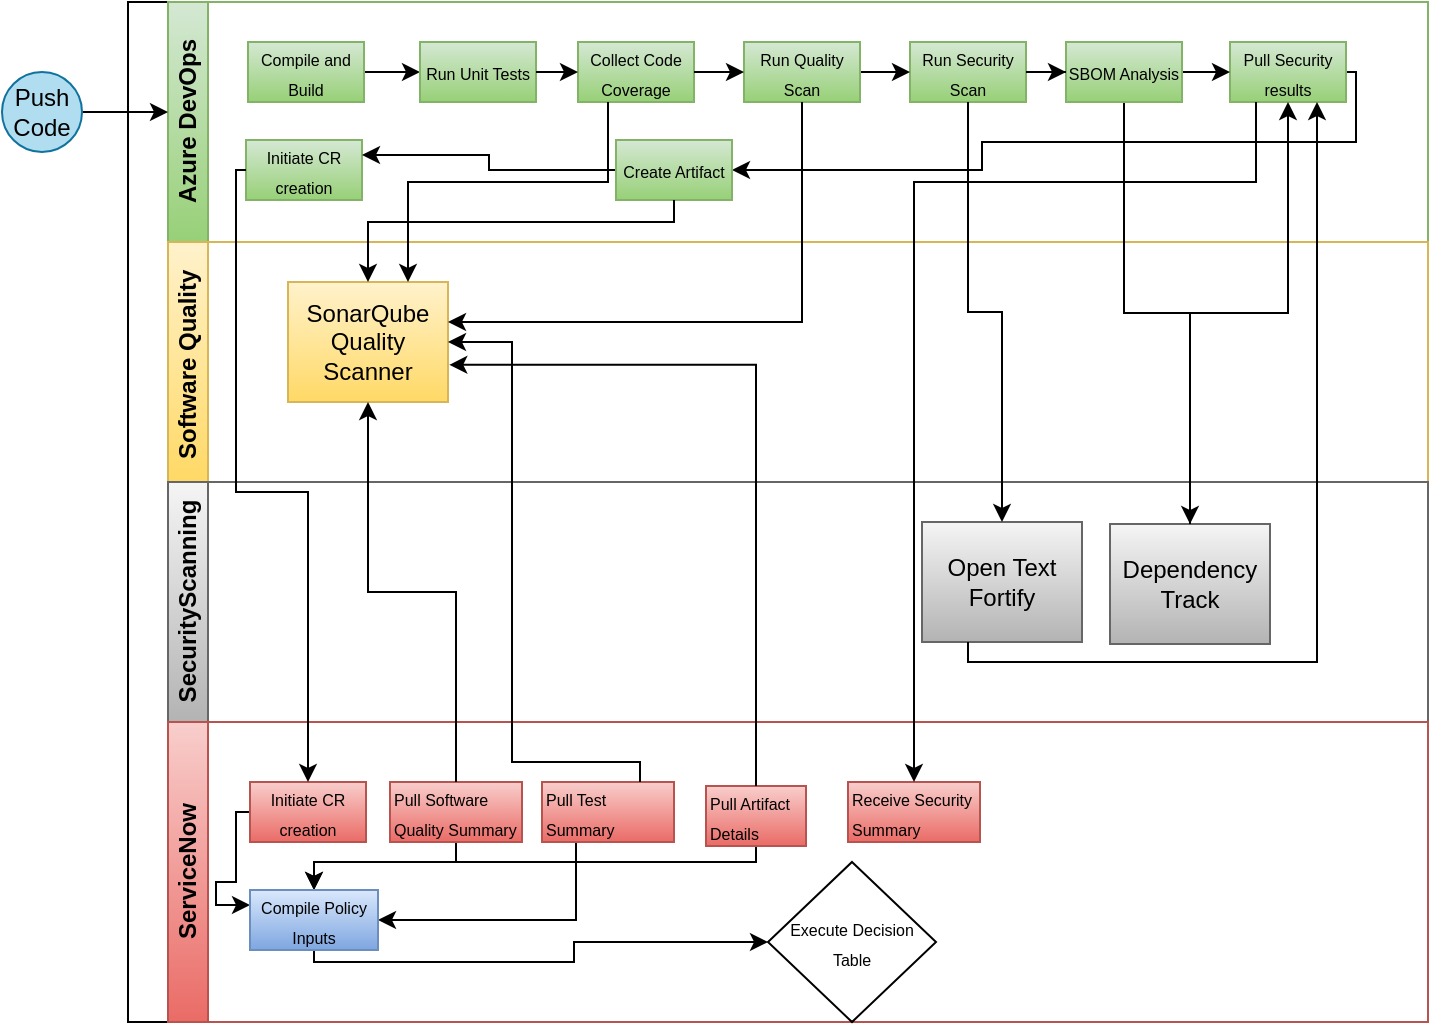
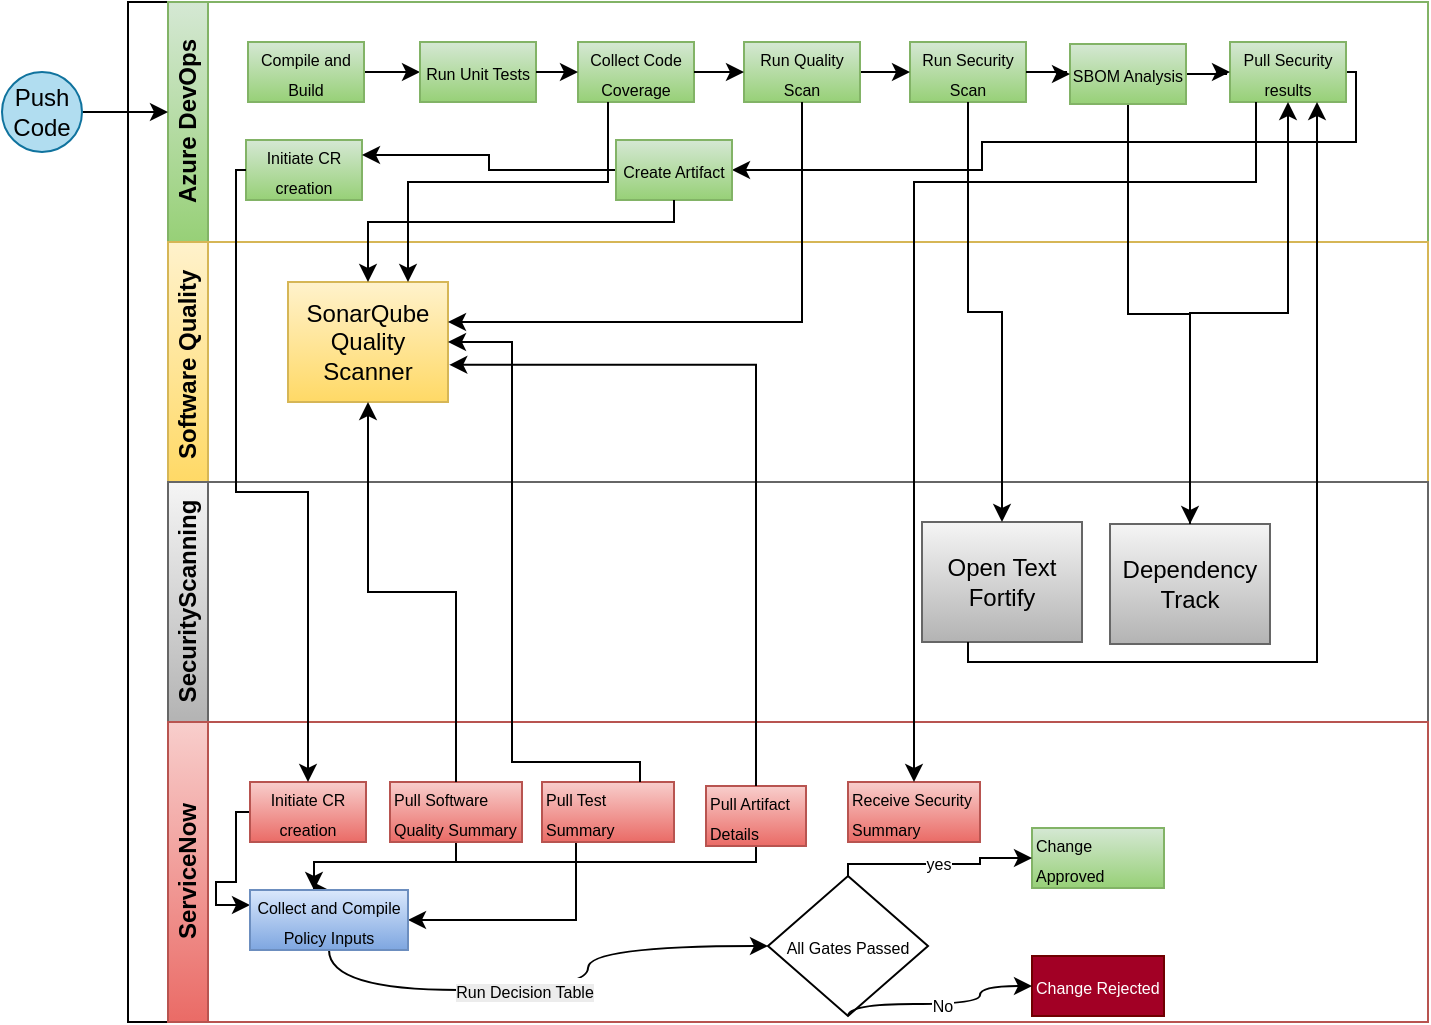
<mxfile host="app.diagrams.net">
  <diagram id="prtHgNgQTEPvFCAcTncT" name="Page-1">
-     <mxGraphModel dx="511" dy="282" grid="1" gridSize="10" guides="1" tooltips="1" connect="1" arrows="1" fold="1" page="1" pageScale="1" pageWidth="827" pageHeight="1169" math="0" shadow="0">
+     <mxGraphModel dx="631" dy="282" grid="1" gridSize="10" guides="1" tooltips="1" connect="1" arrows="1" fold="1" page="1" pageScale="1" pageWidth="827" pageHeight="1169" math="0" shadow="0">
      <root>
        <mxCell id="0" />
        <mxCell id="1" parent="0" />
        <mxCell id="dNxyNK7c78bLwvsdeMH5-19" parent="1" style="swimlane;html=1;childLayout=stackLayout;resizeParent=1;resizeParentMax=0;horizontal=0;startSize=20;horizontalStack=0;overflow=fill;" value="" vertex="1">
-           <mxGeometry height="510" width="650" x="66" y="120" as="geometry">
+           <mxGeometry height="510" width="650" x="66" y="119" as="geometry">
            <mxRectangle height="50" width="40" x="120" y="120" as="alternateBounds" />
          </mxGeometry>
        </mxCell>
        <mxCell id="dNxyNK7c78bLwvsdeMH5-20" parent="dNxyNK7c78bLwvsdeMH5-19" style="swimlane;html=1;startSize=20;horizontal=0;fillColor=#d5e8d4;gradientColor=#97d077;strokeColor=#82b366;" value="Azure DevOps" vertex="1">
          <mxGeometry height="120" width="630" x="20" as="geometry" />
        </mxCell>
        <mxCell id="WelD7rZPP2jmH1qSRasH-19" edge="1" parent="dNxyNK7c78bLwvsdeMH5-20" source="dNxyNK7c78bLwvsdeMH5-23" style="edgeStyle=orthogonalEdgeStyle;rounded=0;orthogonalLoop=1;jettySize=auto;html=1;entryX=0;entryY=0.25;entryDx=0;entryDy=0;">
          <mxGeometry relative="1" as="geometry">
            <mxPoint y="55" as="targetPoint" />
          </mxGeometry>
        </mxCell>
        <mxCell id="dNxyNK7c78bLwvsdeMH5-23" parent="dNxyNK7c78bLwvsdeMH5-20" style="ellipse;whiteSpace=wrap;html=1;fillColor=#b1ddf0;strokeColor=#10739e;" value="Push Code" vertex="1">
          <mxGeometry height="40" width="40" x="-83" y="35" as="geometry" />
        </mxCell>
        <mxCell id="WelD7rZPP2jmH1qSRasH-2" edge="1" parent="dNxyNK7c78bLwvsdeMH5-20" source="dNxyNK7c78bLwvsdeMH5-24" style="edgeStyle=orthogonalEdgeStyle;rounded=0;orthogonalLoop=1;jettySize=auto;html=1;" target="WelD7rZPP2jmH1qSRasH-1" value="">
          <mxGeometry relative="1" as="geometry" />
        </mxCell>
        <mxCell id="dNxyNK7c78bLwvsdeMH5-24" parent="dNxyNK7c78bLwvsdeMH5-20" style="rounded=0;whiteSpace=wrap;html=1;fontFamily=Helvetica;fontSize=12;align=center;fillColor=#d5e8d4;gradientColor=#97d077;strokeColor=#82b366;" value="&lt;font style=&quot;font-size: 8px;&quot;&gt;Compile and Build&lt;/font&gt;" vertex="1">
          <mxGeometry height="30" width="58" x="40" y="20" as="geometry" />
        </mxCell>
        <mxCell id="dNxyNK7c78bLwvsdeMH5-33" edge="1" parent="dNxyNK7c78bLwvsdeMH5-20" style="edgeStyle=orthogonalEdgeStyle;rounded=0;orthogonalLoop=1;jettySize=auto;html=1;endArrow=classic;endFill=1;" target="dNxyNK7c78bLwvsdeMH5-32" value="">
          <mxGeometry relative="1" as="geometry">
            <mxPoint x="461" y="60" as="sourcePoint" />
          </mxGeometry>
        </mxCell>
        <mxCell id="WelD7rZPP2jmH1qSRasH-1" parent="dNxyNK7c78bLwvsdeMH5-20" style="rounded=0;whiteSpace=wrap;html=1;fontFamily=Helvetica;fontSize=12;align=center;fillColor=#d5e8d4;gradientColor=#97d077;strokeColor=#82b366;" value="&lt;font style=&quot;font-size: 8px;&quot;&gt;Run Unit Tests&lt;/font&gt;" vertex="1">
          <mxGeometry height="30" width="58" x="126" y="20" as="geometry" />
        </mxCell>
        <mxCell id="WelD7rZPP2jmH1qSRasH-3" parent="dNxyNK7c78bLwvsdeMH5-20" style="rounded=0;whiteSpace=wrap;html=1;fontFamily=Helvetica;fontSize=12;align=center;fillColor=#d5e8d4;gradientColor=#97d077;strokeColor=#82b366;" value="&lt;font style=&quot;font-size: 8px;&quot;&gt;Run Security Scan&lt;/font&gt;" vertex="1">
          <mxGeometry height="30" width="58" x="371" y="20" as="geometry" />
        </mxCell>
        <mxCell id="WelD7rZPP2jmH1qSRasH-6" edge="1" parent="dNxyNK7c78bLwvsdeMH5-20" source="WelD7rZPP2jmH1qSRasH-4" style="edgeStyle=orthogonalEdgeStyle;rounded=0;orthogonalLoop=1;jettySize=auto;html=1;" target="WelD7rZPP2jmH1qSRasH-3" value="">
          <mxGeometry relative="1" as="geometry" />
        </mxCell>
        <mxCell id="WelD7rZPP2jmH1qSRasH-4" parent="dNxyNK7c78bLwvsdeMH5-20" style="rounded=0;whiteSpace=wrap;html=1;fontFamily=Helvetica;fontSize=12;align=center;fillColor=#d5e8d4;strokeColor=#82b366;gradientColor=#97d077;" value="&lt;font style=&quot;font-size: 8px;&quot;&gt;Run Quality Scan&lt;/font&gt;" vertex="1">
          <mxGeometry height="30" width="58" x="288" y="20" as="geometry" />
        </mxCell>
        <mxCell id="WelD7rZPP2jmH1qSRasH-10" parent="dNxyNK7c78bLwvsdeMH5-20" style="rounded=0;whiteSpace=wrap;html=1;fontFamily=Helvetica;fontSize=12;align=center;fillColor=#d5e8d4;strokeColor=#82b366;gradientColor=#97d077;" value="&lt;font style=&quot;font-size: 8px;&quot;&gt;Collect Code Coverage&lt;/font&gt;" vertex="1">
          <mxGeometry height="30" width="58" x="205" y="20" as="geometry" />
        </mxCell>
        <mxCell id="WelD7rZPP2jmH1qSRasH-12" edge="1" parent="dNxyNK7c78bLwvsdeMH5-20" source="WelD7rZPP2jmH1qSRasH-10" style="edgeStyle=orthogonalEdgeStyle;rounded=0;orthogonalLoop=1;jettySize=auto;html=1;" target="WelD7rZPP2jmH1qSRasH-4" value="">
          <mxGeometry relative="1" as="geometry" />
        </mxCell>
        <mxCell id="WelD7rZPP2jmH1qSRasH-13" edge="1" parent="dNxyNK7c78bLwvsdeMH5-20" source="WelD7rZPP2jmH1qSRasH-1" style="edgeStyle=orthogonalEdgeStyle;rounded=0;orthogonalLoop=1;jettySize=auto;html=1;" target="WelD7rZPP2jmH1qSRasH-10" value="">
          <mxGeometry relative="1" as="geometry" />
        </mxCell>
        <mxCell id="WelD7rZPP2jmH1qSRasH-62" edge="1" parent="dNxyNK7c78bLwvsdeMH5-20" source="WelD7rZPP2jmH1qSRasH-30" style="edgeStyle=orthogonalEdgeStyle;rounded=0;orthogonalLoop=1;jettySize=auto;html=1;entryX=1;entryY=0.5;entryDx=0;entryDy=0;" target="WelD7rZPP2jmH1qSRasH-61">
          <mxGeometry relative="1" as="geometry">
            <Array as="points">
              <mxPoint x="594" y="35" />
              <mxPoint x="594" y="70" />
              <mxPoint x="407" y="70" />
              <mxPoint x="407" y="84" />
            </Array>
          </mxGeometry>
        </mxCell>
        <mxCell id="WelD7rZPP2jmH1qSRasH-30" parent="dNxyNK7c78bLwvsdeMH5-20" style="rounded=0;whiteSpace=wrap;html=1;fontFamily=Helvetica;fontSize=12;align=center;fillColor=#d5e8d4;gradientColor=#97d077;strokeColor=#82b366;" value="&lt;font style=&quot;font-size: 8px;&quot;&gt;Pull Security results&lt;/font&gt;" vertex="1">
          <mxGeometry height="30" width="58" x="531" y="20" as="geometry" />
        </mxCell>
        <mxCell id="WelD7rZPP2jmH1qSRasH-47" parent="dNxyNK7c78bLwvsdeMH5-20" style="rounded=0;whiteSpace=wrap;html=1;fontFamily=Helvetica;fontSize=12;align=center;fillColor=#d5e8d4;gradientColor=#97d077;strokeColor=#82b366;" value="&lt;font style=&quot;font-size: 8px;&quot;&gt;Initiate CR creation&lt;/font&gt;" vertex="1">
          <mxGeometry height="30" width="58" x="39" y="69" as="geometry" />
        </mxCell>
        <mxCell id="WelD7rZPP2jmH1qSRasH-63" edge="1" parent="dNxyNK7c78bLwvsdeMH5-20" source="WelD7rZPP2jmH1qSRasH-61" style="edgeStyle=orthogonalEdgeStyle;rounded=0;orthogonalLoop=1;jettySize=auto;html=1;entryX=1;entryY=0.25;entryDx=0;entryDy=0;" target="WelD7rZPP2jmH1qSRasH-47" value="">
          <mxGeometry relative="1" as="geometry">
            <mxPoint x="104" y="80" as="targetPoint" />
          </mxGeometry>
        </mxCell>
        <mxCell id="WelD7rZPP2jmH1qSRasH-61" parent="dNxyNK7c78bLwvsdeMH5-20" style="rounded=0;whiteSpace=wrap;html=1;fontFamily=Helvetica;fontSize=12;align=center;fillColor=#d5e8d4;gradientColor=#97d077;strokeColor=#82b366;" value="&lt;font style=&quot;font-size: 8px;&quot;&gt;Create Artifact&lt;/font&gt;" vertex="1">
          <mxGeometry height="30" width="58" x="224" y="69" as="geometry" />
        </mxCell>
        <mxCell id="dNxyNK7c78bLwvsdeMH5-21" parent="dNxyNK7c78bLwvsdeMH5-19" style="swimlane;html=1;startSize=20;horizontal=0;fillColor=#fff2cc;gradientColor=#ffd966;strokeColor=#d6b656;" value="Software Quality&amp;nbsp;" vertex="1">
          <mxGeometry height="120" width="630" x="20" y="120" as="geometry">
            <mxRectangle height="30" width="550" x="20" y="120" as="alternateBounds" />
          </mxGeometry>
        </mxCell>
        <mxCell id="dNxyNK7c78bLwvsdeMH5-26" parent="dNxyNK7c78bLwvsdeMH5-21" style="rounded=0;whiteSpace=wrap;html=1;fontFamily=Helvetica;fontSize=12;align=center;fillColor=#fff2cc;gradientColor=#ffd966;strokeColor=#d6b656;" value="SonarQube Quality Scanner" vertex="1">
          <mxGeometry height="60" width="80" x="60" y="20" as="geometry" />
        </mxCell>
        <mxCell id="dNxyNK7c78bLwvsdeMH5-22" parent="dNxyNK7c78bLwvsdeMH5-19" style="swimlane;html=1;startSize=20;horizontal=0;fillColor=#f5f5f5;gradientColor=#b3b3b3;strokeColor=#666666;" value="SecurityScanning" vertex="1">
          <mxGeometry height="120" width="630" x="20" y="240" as="geometry" />
        </mxCell>
        <mxCell id="dNxyNK7c78bLwvsdeMH5-34" parent="dNxyNK7c78bLwvsdeMH5-22" style="rounded=0;whiteSpace=wrap;html=1;fontFamily=Helvetica;fontSize=12;align=center;fillColor=#f5f5f5;gradientColor=#b3b3b3;strokeColor=#666666;" value="Open Text Fortify" vertex="1">
          <mxGeometry height="60" width="80" x="377" y="20" as="geometry" />
        </mxCell>
        <mxCell id="WelD7rZPP2jmH1qSRasH-37" parent="dNxyNK7c78bLwvsdeMH5-22" style="rounded=0;whiteSpace=wrap;html=1;fontFamily=Helvetica;fontSize=12;align=center;fillColor=#f5f5f5;gradientColor=#b3b3b3;strokeColor=#666666;" value="Dependency Track" vertex="1">
          <mxGeometry height="60" width="80" x="471" y="21" as="geometry" />
        </mxCell>
        <mxCell id="WelD7rZPP2jmH1qSRasH-43" parent="dNxyNK7c78bLwvsdeMH5-19" style="swimlane;html=1;startSize=20;horizontal=0;fillColor=#f8cecc;gradientColor=#ea6b66;strokeColor=#b85450;" value="ServiceNow" vertex="1">
          <mxGeometry height="150" width="630" x="20" y="360" as="geometry" />
        </mxCell>
        <mxCell id="WelD7rZPP2jmH1qSRasH-72" edge="1" parent="WelD7rZPP2jmH1qSRasH-43" source="WelD7rZPP2jmH1qSRasH-51" style="edgeStyle=orthogonalEdgeStyle;rounded=0;orthogonalLoop=1;jettySize=auto;html=1;entryX=0;entryY=0.25;entryDx=0;entryDy=0;" target="WelD7rZPP2jmH1qSRasH-70">
          <mxGeometry relative="1" as="geometry">
            <Array as="points">
              <mxPoint x="34" y="45" />
              <mxPoint x="34" y="80" />
              <mxPoint x="24" y="80" />
              <mxPoint x="24" y="92" />
            </Array>
          </mxGeometry>
        </mxCell>
        <mxCell id="WelD7rZPP2jmH1qSRasH-51" parent="WelD7rZPP2jmH1qSRasH-43" style="rounded=0;whiteSpace=wrap;html=1;fontFamily=Helvetica;fontSize=12;align=center;fillColor=#f8cecc;gradientColor=#ea6b66;strokeColor=#b85450;" value="&lt;font style=&quot;font-size: 8px;&quot;&gt;Initiate CR creation&lt;/font&gt;" vertex="1">
          <mxGeometry height="30" width="58" x="41" y="30" as="geometry" />
        </mxCell>
        <mxCell id="WelD7rZPP2jmH1qSRasH-73" edge="1" parent="WelD7rZPP2jmH1qSRasH-43" source="WelD7rZPP2jmH1qSRasH-54" style="edgeStyle=orthogonalEdgeStyle;rounded=0;orthogonalLoop=1;jettySize=auto;html=1;entryX=0.5;entryY=0;entryDx=0;entryDy=0;" target="WelD7rZPP2jmH1qSRasH-70">
          <mxGeometry relative="1" as="geometry">
            <Array as="points">
              <mxPoint x="144" y="70" />
              <mxPoint x="73" y="70" />
            </Array>
          </mxGeometry>
        </mxCell>
        <mxCell id="WelD7rZPP2jmH1qSRasH-54" parent="WelD7rZPP2jmH1qSRasH-43" style="rounded=0;whiteSpace=wrap;html=1;fontFamily=Helvetica;fontSize=12;align=left;fillColor=#f8cecc;gradientColor=#ea6b66;strokeColor=#b85450;" value="&lt;font style=&quot;font-size: 8px;&quot;&gt;Pull Software Quality Summary&lt;/font&gt;" vertex="1">
          <mxGeometry height="30" width="66" x="111" y="30" as="geometry" />
        </mxCell>
        <mxCell id="WelD7rZPP2jmH1qSRasH-56" parent="WelD7rZPP2jmH1qSRasH-43" style="rounded=0;whiteSpace=wrap;html=1;fontFamily=Helvetica;fontSize=12;align=left;fillColor=#f8cecc;gradientColor=#ea6b66;strokeColor=#b85450;" value="&lt;font style=&quot;font-size: 8px;&quot;&gt;Receive Security Summary&lt;/font&gt;" vertex="1">
          <mxGeometry height="30" width="66" x="340" y="30" as="geometry" />
        </mxCell>
        <mxCell id="WelD7rZPP2jmH1qSRasH-74" edge="1" parent="WelD7rZPP2jmH1qSRasH-43" source="WelD7rZPP2jmH1qSRasH-57" style="edgeStyle=orthogonalEdgeStyle;rounded=0;orthogonalLoop=1;jettySize=auto;html=1;entryX=1;entryY=0.5;entryDx=0;entryDy=0;" target="WelD7rZPP2jmH1qSRasH-70">
          <mxGeometry relative="1" as="geometry">
            <Array as="points">
              <mxPoint x="204" y="99" />
            </Array>
          </mxGeometry>
        </mxCell>
        <mxCell id="WelD7rZPP2jmH1qSRasH-57" parent="WelD7rZPP2jmH1qSRasH-43" style="rounded=0;whiteSpace=wrap;html=1;fontFamily=Helvetica;fontSize=12;align=left;fillColor=#f8cecc;gradientColor=#ea6b66;strokeColor=#b85450;" value="&lt;font style=&quot;font-size: 8px;&quot;&gt;Pull Test Summary&lt;/font&gt;" vertex="1">
          <mxGeometry height="30" width="66" x="187" y="30" as="geometry" />
        </mxCell>
        <mxCell id="WelD7rZPP2jmH1qSRasH-75" edge="1" parent="WelD7rZPP2jmH1qSRasH-43" source="WelD7rZPP2jmH1qSRasH-66" style="edgeStyle=orthogonalEdgeStyle;rounded=0;orthogonalLoop=1;jettySize=auto;html=1;" target="WelD7rZPP2jmH1qSRasH-70">
          <mxGeometry relative="1" as="geometry">
            <Array as="points">
              <mxPoint x="294" y="70" />
              <mxPoint x="73" y="70" />
            </Array>
          </mxGeometry>
        </mxCell>
        <mxCell id="WelD7rZPP2jmH1qSRasH-66" parent="WelD7rZPP2jmH1qSRasH-43" style="rounded=0;whiteSpace=wrap;html=1;fontFamily=Helvetica;fontSize=12;align=left;fillColor=#f8cecc;gradientColor=#ea6b66;strokeColor=#b85450;" value="&lt;font style=&quot;font-size: 8px;&quot;&gt;Pull Artifact Details&lt;/font&gt;" vertex="1">
          <mxGeometry height="30" width="50" x="269" y="32" as="geometry" />
        </mxCell>
-         <mxCell id="WelD7rZPP2jmH1qSRasH-77" edge="1" parent="WelD7rZPP2jmH1qSRasH-43" source="WelD7rZPP2jmH1qSRasH-70" style="edgeStyle=orthogonalEdgeStyle;rounded=0;orthogonalLoop=1;jettySize=auto;html=1;entryX=0;entryY=0.5;entryDx=0;entryDy=0;" target="WelD7rZPP2jmH1qSRasH-76">
-           <mxGeometry relative="1" as="geometry">
-             <Array as="points">
-               <mxPoint x="73" y="120" />
-               <mxPoint x="203" y="120" />
-               <mxPoint x="203" y="110" />
-             </Array>
-           </mxGeometry>
-         </mxCell>
-         <mxCell id="WelD7rZPP2jmH1qSRasH-70" parent="WelD7rZPP2jmH1qSRasH-43" style="rounded=0;whiteSpace=wrap;html=1;fontFamily=Helvetica;fontSize=12;align=center;fillColor=#dae8fc;gradientColor=#7ea6e0;strokeColor=#6c8ebf;" value="&lt;font style=&quot;font-size: 8px;&quot;&gt;Compile Policy Inputs&lt;/font&gt;" vertex="1">
-           <mxGeometry height="30" width="64" x="41" y="84" as="geometry" />
-         </mxCell>
-         <mxCell id="WelD7rZPP2jmH1qSRasH-76" parent="WelD7rZPP2jmH1qSRasH-43" style="rhombus;whiteSpace=wrap;html=1;" value="&lt;font style=&quot;font-size: 8px;&quot;&gt;Execute Decision Table&lt;/font&gt;" vertex="1">
-           <mxGeometry height="80" width="84" x="300" y="70" as="geometry" />
+         <mxCell id="WelD7rZPP2jmH1qSRasH-78" edge="1" parent="WelD7rZPP2jmH1qSRasH-43" source="WelD7rZPP2jmH1qSRasH-70" style="rounded=0;orthogonalLoop=1;jettySize=auto;html=1;entryX=0;entryY=0.5;entryDx=0;entryDy=0;exitX=0.5;exitY=1;exitDx=0;exitDy=0;edgeStyle=orthogonalEdgeStyle;curved=1;" target="WelD7rZPP2jmH1qSRasH-76">
+           <mxGeometry relative="1" as="geometry" />
+         </mxCell>
+         <mxCell id="WelD7rZPP2jmH1qSRasH-82" connectable="0" parent="WelD7rZPP2jmH1qSRasH-78" style="edgeLabel;html=1;align=center;verticalAlign=middle;resizable=0;points=[];" value="&lt;span style=&quot;font-size: 8px; text-wrap-mode: wrap; background-color: rgb(236, 236, 236);&quot;&gt;Run Decision Table&lt;/span&gt;" vertex="1">
+           <mxGeometry relative="1" x="-0.0761" y="1" as="geometry">
+             <mxPoint x="-4" y="1" as="offset" />
+           </mxGeometry>
+         </mxCell>
+         <mxCell id="WelD7rZPP2jmH1qSRasH-70" parent="WelD7rZPP2jmH1qSRasH-43" style="rounded=0;whiteSpace=wrap;html=1;fontFamily=Helvetica;fontSize=12;align=center;fillColor=#dae8fc;gradientColor=#7ea6e0;strokeColor=#6c8ebf;" value="&lt;font style=&quot;font-size: 8px;&quot;&gt;Collect and Compile Policy Inputs&lt;/font&gt;" vertex="1">
+           <mxGeometry height="30" width="79" x="41" y="84" as="geometry" />
+         </mxCell>
+         <mxCell id="WelD7rZPP2jmH1qSRasH-76" parent="WelD7rZPP2jmH1qSRasH-43" style="rhombus;whiteSpace=wrap;html=1;" value="&lt;span style=&quot;font-size: 8px; text-wrap-mode: nowrap; background-color: rgb(255, 255, 255);&quot;&gt;All Gates Passed&lt;/span&gt;" vertex="1">
+           <mxGeometry height="70" width="80" x="300" y="77" as="geometry" />
        </mxCell>
        <mxCell id="WelD7rZPP2jmH1qSRasH-15" edge="1" parent="dNxyNK7c78bLwvsdeMH5-19" source="WelD7rZPP2jmH1qSRasH-10" style="edgeStyle=orthogonalEdgeStyle;rounded=0;orthogonalLoop=1;jettySize=auto;html=1;entryX=0.75;entryY=0;entryDx=0;entryDy=0;" target="dNxyNK7c78bLwvsdeMH5-26">
          <mxGeometry relative="1" as="geometry">
            <Array as="points">
              <mxPoint x="240" y="90" />
              <mxPoint x="140" y="90" />
            </Array>
          </mxGeometry>
        </mxCell>
        <mxCell id="WelD7rZPP2jmH1qSRasH-16" edge="1" parent="dNxyNK7c78bLwvsdeMH5-19" source="WelD7rZPP2jmH1qSRasH-4" style="edgeStyle=orthogonalEdgeStyle;rounded=0;orthogonalLoop=1;jettySize=auto;html=1;entryX=1;entryY=0.333;entryDx=0;entryDy=0;entryPerimeter=0;" target="dNxyNK7c78bLwvsdeMH5-26">
          <mxGeometry relative="1" as="geometry">
            <Array as="points">
              <mxPoint x="337" y="160" />
            </Array>
          </mxGeometry>
        </mxCell>
        <mxCell id="WelD7rZPP2jmH1qSRasH-27" edge="1" parent="dNxyNK7c78bLwvsdeMH5-19" source="WelD7rZPP2jmH1qSRasH-3" style="edgeStyle=orthogonalEdgeStyle;rounded=0;orthogonalLoop=1;jettySize=auto;html=1;entryX=0.5;entryY=0;entryDx=0;entryDy=0;" target="dNxyNK7c78bLwvsdeMH5-34">
          <mxGeometry relative="1" as="geometry" />
        </mxCell>
        <mxCell id="WelD7rZPP2jmH1qSRasH-45" edge="1" parent="dNxyNK7c78bLwvsdeMH5-19" source="WelD7rZPP2jmH1qSRasH-37" style="edgeStyle=orthogonalEdgeStyle;rounded=0;orthogonalLoop=1;jettySize=auto;html=1;entryX=0.5;entryY=1;entryDx=0;entryDy=0;" target="WelD7rZPP2jmH1qSRasH-30">
          <mxGeometry relative="1" as="geometry" />
        </mxCell>
        <mxCell id="WelD7rZPP2jmH1qSRasH-46" edge="1" parent="dNxyNK7c78bLwvsdeMH5-19" source="dNxyNK7c78bLwvsdeMH5-34" style="edgeStyle=orthogonalEdgeStyle;rounded=0;orthogonalLoop=1;jettySize=auto;html=1;entryX=0.75;entryY=1;entryDx=0;entryDy=0;" target="WelD7rZPP2jmH1qSRasH-30">
          <mxGeometry relative="1" as="geometry">
            <Array as="points">
              <mxPoint x="420" y="330" />
              <mxPoint x="595" y="330" />
            </Array>
          </mxGeometry>
        </mxCell>
        <mxCell id="WelD7rZPP2jmH1qSRasH-53" edge="1" parent="dNxyNK7c78bLwvsdeMH5-19" source="WelD7rZPP2jmH1qSRasH-47" style="edgeStyle=orthogonalEdgeStyle;rounded=0;orthogonalLoop=1;jettySize=auto;html=1;entryX=0.5;entryY=0;entryDx=0;entryDy=0;" target="WelD7rZPP2jmH1qSRasH-51">
          <mxGeometry relative="1" as="geometry">
            <Array as="points">
              <mxPoint x="54" y="84" />
              <mxPoint x="54" y="245" />
              <mxPoint x="90" y="245" />
            </Array>
          </mxGeometry>
        </mxCell>
        <mxCell id="WelD7rZPP2jmH1qSRasH-55" edge="1" parent="dNxyNK7c78bLwvsdeMH5-19" source="WelD7rZPP2jmH1qSRasH-54" style="edgeStyle=orthogonalEdgeStyle;rounded=0;orthogonalLoop=1;jettySize=auto;html=1;entryX=0.5;entryY=1;entryDx=0;entryDy=0;" target="dNxyNK7c78bLwvsdeMH5-26">
          <mxGeometry relative="1" as="geometry" />
        </mxCell>
        <mxCell id="WelD7rZPP2jmH1qSRasH-59" edge="1" parent="dNxyNK7c78bLwvsdeMH5-19" source="WelD7rZPP2jmH1qSRasH-57" style="edgeStyle=orthogonalEdgeStyle;rounded=0;orthogonalLoop=1;jettySize=auto;html=1;entryX=1;entryY=0.5;entryDx=0;entryDy=0;" target="dNxyNK7c78bLwvsdeMH5-26">
          <mxGeometry relative="1" as="geometry">
            <Array as="points">
              <mxPoint x="256" y="380" />
              <mxPoint x="192" y="380" />
              <mxPoint x="192" y="170" />
            </Array>
          </mxGeometry>
        </mxCell>
        <mxCell id="WelD7rZPP2jmH1qSRasH-60" edge="1" parent="dNxyNK7c78bLwvsdeMH5-19" style="edgeStyle=orthogonalEdgeStyle;rounded=0;orthogonalLoop=1;jettySize=auto;html=1;" target="WelD7rZPP2jmH1qSRasH-56">
          <mxGeometry relative="1" as="geometry">
            <Array as="points">
              <mxPoint x="564" y="50" />
              <mxPoint x="564" y="90" />
              <mxPoint x="393" y="90" />
            </Array>
            <mxPoint x="564" y="50" as="sourcePoint" />
          </mxGeometry>
        </mxCell>
        <mxCell id="WelD7rZPP2jmH1qSRasH-67" edge="1" parent="dNxyNK7c78bLwvsdeMH5-19" source="WelD7rZPP2jmH1qSRasH-61" style="edgeStyle=orthogonalEdgeStyle;rounded=0;orthogonalLoop=1;jettySize=auto;html=1;entryX=0.5;entryY=0;entryDx=0;entryDy=0;" target="dNxyNK7c78bLwvsdeMH5-26">
          <mxGeometry relative="1" as="geometry">
            <Array as="points">
              <mxPoint x="273" y="110" />
              <mxPoint x="120" y="110" />
            </Array>
          </mxGeometry>
        </mxCell>
        <mxCell id="WelD7rZPP2jmH1qSRasH-69" edge="1" parent="dNxyNK7c78bLwvsdeMH5-19" source="WelD7rZPP2jmH1qSRasH-66" style="edgeStyle=orthogonalEdgeStyle;rounded=0;orthogonalLoop=1;jettySize=auto;html=1;entryX=1.008;entryY=0.69;entryDx=0;entryDy=0;entryPerimeter=0;" target="dNxyNK7c78bLwvsdeMH5-26">
          <mxGeometry relative="1" as="geometry">
            <Array as="points">
              <mxPoint x="314" y="181" />
            </Array>
          </mxGeometry>
        </mxCell>
        <mxCell id="WelD7rZPP2jmH1qSRasH-39" edge="1" parent="1" source="WelD7rZPP2jmH1qSRasH-35" style="edgeStyle=orthogonalEdgeStyle;rounded=0;orthogonalLoop=1;jettySize=auto;html=1;entryX=0.5;entryY=0;entryDx=0;entryDy=0;" target="WelD7rZPP2jmH1qSRasH-37">
          <mxGeometry relative="1" as="geometry" />
        </mxCell>
        <mxCell id="WelD7rZPP2jmH1qSRasH-44" edge="1" parent="1" source="WelD7rZPP2jmH1qSRasH-35" style="edgeStyle=orthogonalEdgeStyle;rounded=0;orthogonalLoop=1;jettySize=auto;html=1;" target="WelD7rZPP2jmH1qSRasH-30" value="">
          <mxGeometry relative="1" as="geometry" />
        </mxCell>
        <mxCell id="WelD7rZPP2jmH1qSRasH-35" parent="1" style="rounded=0;whiteSpace=wrap;html=1;fontFamily=Helvetica;fontSize=12;align=center;fillColor=#d5e8d4;gradientColor=#97d077;strokeColor=#82b366;" value="&lt;font style=&quot;font-size: 8px;&quot;&gt;SBOM Analysis&lt;/font&gt;" vertex="1">
-           <mxGeometry height="30" width="58" x="535" y="140" as="geometry" />
-         </mxCell>
-         <mxCell id="WelD7rZPP2jmH1qSRasH-36" edge="1" parent="1" source="WelD7rZPP2jmH1qSRasH-3" style="edgeStyle=orthogonalEdgeStyle;rounded=0;orthogonalLoop=1;jettySize=auto;html=1;" target="WelD7rZPP2jmH1qSRasH-35" value="">
+           <mxGeometry height="30" width="58" x="537" y="140" as="geometry" />
+         </mxCell>
+         <mxCell id="WelD7rZPP2jmH1qSRasH-79" parent="1" style="rounded=0;whiteSpace=wrap;html=1;fontFamily=Helvetica;fontSize=12;align=left;fillColor=#d5e8d4;gradientColor=#97d077;strokeColor=#82b366;" value="&lt;font style=&quot;font-size: 8px;&quot;&gt;Change Approved&lt;/font&gt;" vertex="1">
+           <mxGeometry height="30" width="66" x="518" y="532" as="geometry" />
+         </mxCell>
+         <mxCell id="WelD7rZPP2jmH1qSRasH-80" edge="1" parent="1" source="WelD7rZPP2jmH1qSRasH-76" style="edgeStyle=orthogonalEdgeStyle;rounded=0;orthogonalLoop=1;jettySize=auto;html=1;entryX=0;entryY=0.5;entryDx=0;entryDy=0;exitX=0.5;exitY=0;exitDx=0;exitDy=0;" target="WelD7rZPP2jmH1qSRasH-79">
+           <mxGeometry relative="1" as="geometry">
+             <Array as="points">
+               <mxPoint x="426" y="550" />
+               <mxPoint x="492" y="550" />
+               <mxPoint x="492" y="547" />
+             </Array>
+           </mxGeometry>
+         </mxCell>
+         <mxCell id="WelD7rZPP2jmH1qSRasH-81" connectable="0" parent="WelD7rZPP2jmH1qSRasH-80" style="edgeLabel;html=1;align=center;verticalAlign=middle;resizable=0;points=[];" value="&lt;span style=&quot;font-size: 8px;&quot;&gt;yes&lt;/span&gt;" vertex="1">
+           <mxGeometry relative="1" x="0.0019" y="2" as="geometry">
+             <mxPoint y="1" as="offset" />
+           </mxGeometry>
+         </mxCell>
+         <mxCell id="WelD7rZPP2jmH1qSRasH-83" parent="1" style="rounded=0;whiteSpace=wrap;html=1;fontFamily=Helvetica;fontSize=12;align=left;fillColor=#a20025;strokeColor=#6F0000;fontColor=#ffffff;" value="&lt;font style=&quot;font-size: 8px;&quot;&gt;Change Rejected&lt;/font&gt;" vertex="1">
+           <mxGeometry height="30" width="66" x="518" y="596" as="geometry" />
+         </mxCell>
+         <mxCell id="WelD7rZPP2jmH1qSRasH-84" edge="1" parent="1" source="WelD7rZPP2jmH1qSRasH-76" style="edgeStyle=orthogonalEdgeStyle;rounded=0;orthogonalLoop=1;jettySize=auto;html=1;entryX=0;entryY=0.5;entryDx=0;entryDy=0;exitX=0.5;exitY=1;exitDx=0;exitDy=0;curved=1;" target="WelD7rZPP2jmH1qSRasH-83">
+           <mxGeometry relative="1" as="geometry">
+             <Array as="points">
+               <mxPoint x="426" y="620" />
+               <mxPoint x="492" y="620" />
+               <mxPoint x="492" y="611" />
+             </Array>
+           </mxGeometry>
+         </mxCell>
+         <mxCell id="WelD7rZPP2jmH1qSRasH-85" connectable="0" parent="WelD7rZPP2jmH1qSRasH-84" style="edgeLabel;html=1;align=center;verticalAlign=middle;resizable=0;points=[];" value="&lt;font style=&quot;font-size: 8px;&quot;&gt;No&lt;/font&gt;" vertex="1">
+           <mxGeometry relative="1" x="-0.0075" as="geometry">
+             <mxPoint as="offset" />
+           </mxGeometry>
+         </mxCell>
+         <mxCell id="WelD7rZPP2jmH1qSRasH-86" edge="1" parent="1" source="WelD7rZPP2jmH1qSRasH-3" style="edgeStyle=orthogonalEdgeStyle;rounded=0;orthogonalLoop=1;jettySize=auto;html=1;" target="WelD7rZPP2jmH1qSRasH-35" value="">
          <mxGeometry relative="1" as="geometry" />
        </mxCell>
      </root>
    </mxGraphModel>
  </diagram>
</mxfile>
